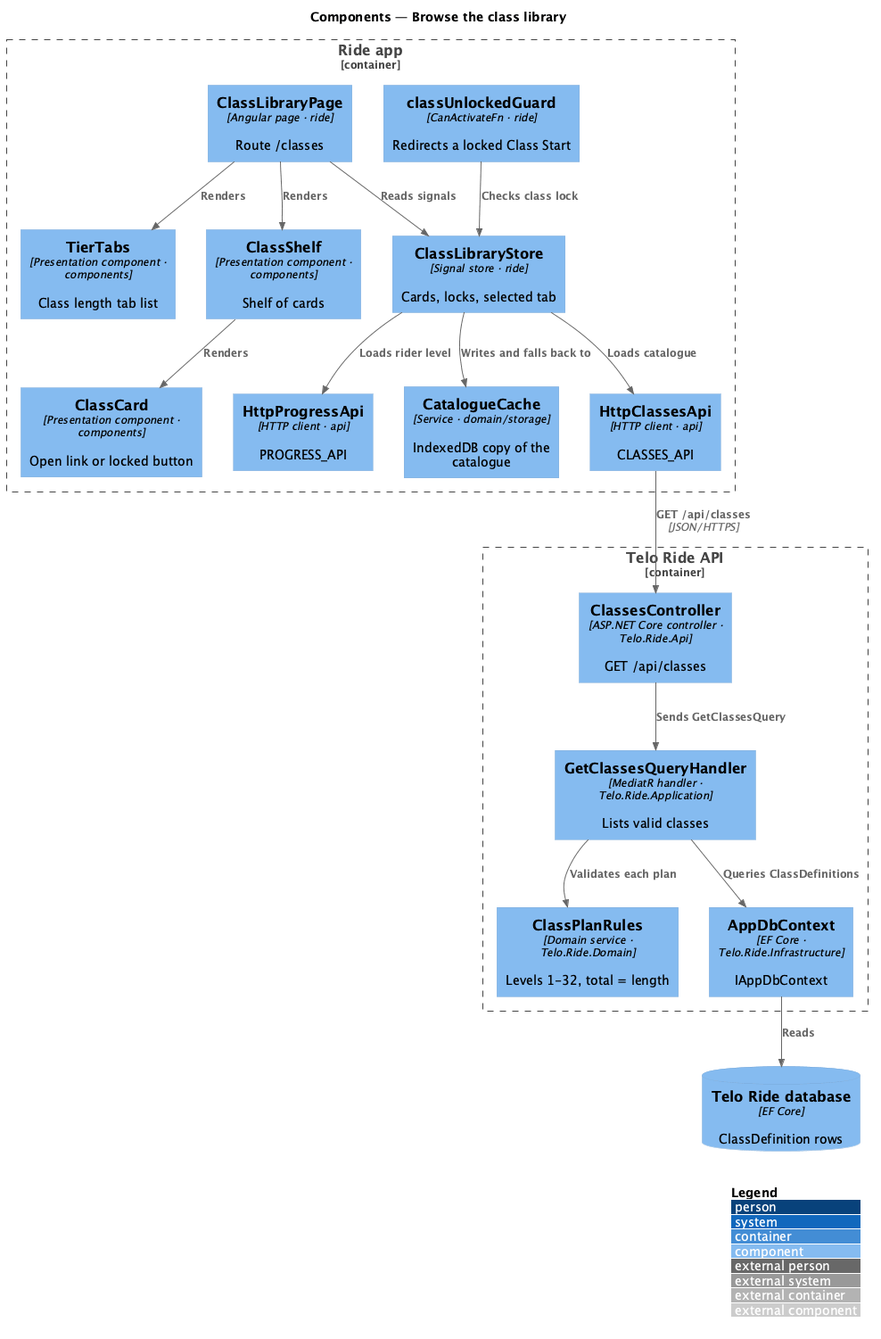
Above: docs/detailed-designs/classes/browse-the-class-library/diagrams/c4-component.png in QuinntyneBrown/ride-one (PlantUML), before the change.
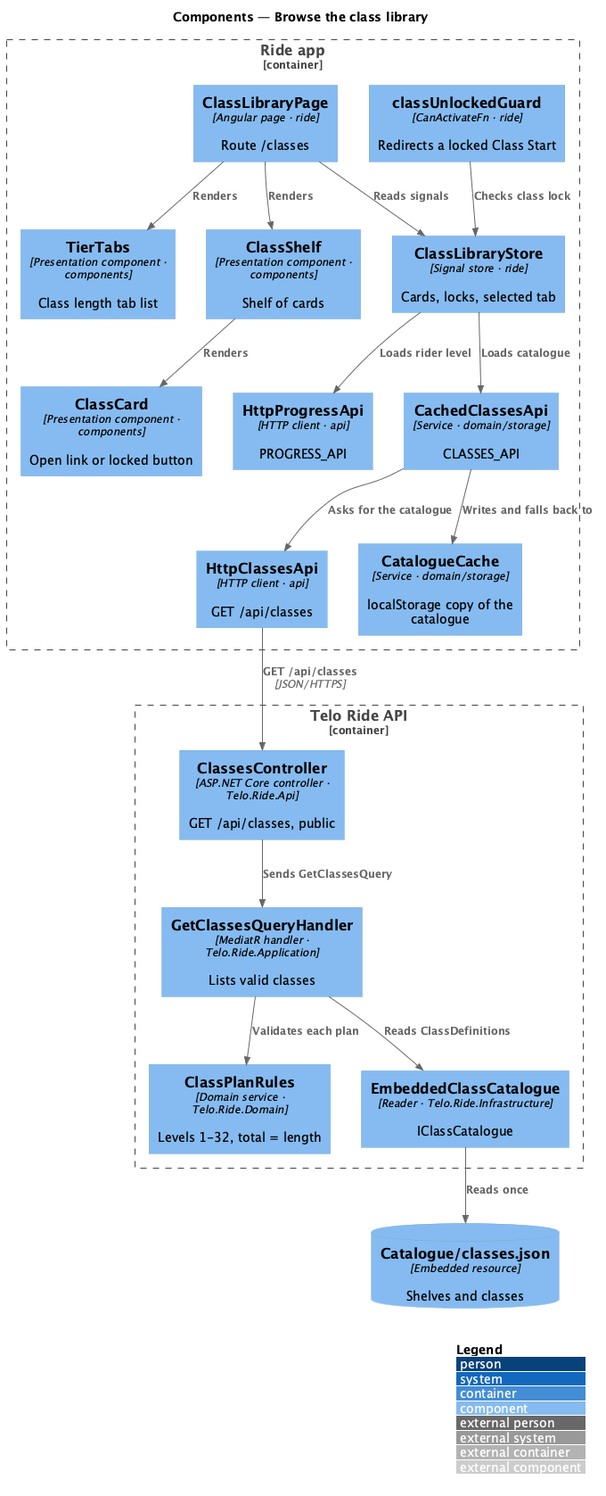
The same diagram one commit later.

Commit message:
Settle the class catalogue for slice 6.1

Diff of the diagram source:
```diff
@@ -10,28 +10,30 @@
   Component(tabs, "TierTabs", "Presentation component · components", "Class length tab list")
   Component(shelf, "ClassShelf", "Presentation component · components", "Shelf of cards")
   Component(card, "ClassCard", "Presentation component · components", "Open link or locked button")
-  Component(classesApi, "HttpClassesApi", "HTTP client · api", "CLASSES_API")
+  Component(cached, "CachedClassesApi", "Service · domain/storage", "CLASSES_API")
+  Component(classesApi, "HttpClassesApi", "HTTP client · api", "GET /api/classes")
   Component(progressApi, "HttpProgressApi", "HTTP client · api", "PROGRESS_API")
-  Component(cache, "CatalogueCache", "Service · domain/storage", "IndexedDB copy of the catalogue")
+  Component(cache, "CatalogueCache", "Service · domain/storage", "localStorage copy of the catalogue")
 }
 Container_Boundary(backend, "Telo Ride API") {
-  Component(ctrl, "ClassesController", "ASP.NET Core controller · Telo.Ride.Api", "GET /api/classes")
+  Component(ctrl, "ClassesController", "ASP.NET Core controller · Telo.Ride.Api", "GET /api/classes, public")
   Component(handler, "GetClassesQueryHandler", "MediatR handler · Telo.Ride.Application", "Lists valid classes")
   Component(rules, "ClassPlanRules", "Domain service · Telo.Ride.Domain", "Levels 1-32, total = length")
-  Component(ctx, "AppDbContext", "EF Core · Telo.Ride.Infrastructure", "IAppDbContext")
+  Component(catalogue, "EmbeddedClassCatalogue", "Reader · Telo.Ride.Infrastructure", "IClassCatalogue")
 }
-ComponentDb(db, "Telo Ride database", "EF Core", "ClassDefinition rows")
+ComponentDb(file, "Catalogue/classes.json", "Embedded resource", "Shelves and classes")
 Rel(page, store, "Reads signals")
 Rel(page, tabs, "Renders")
 Rel(page, shelf, "Renders")
 Rel(shelf, card, "Renders")
-Rel(store, classesApi, "Loads catalogue")
+Rel(store, cached, "Loads catalogue")
+Rel(cached, classesApi, "Asks for the catalogue")
 Rel(store, progressApi, "Loads rider level")
-Rel(store, cache, "Writes and falls back to")
+Rel(cached, cache, "Writes and falls back to")
 Rel(guard, store, "Checks class lock")
 Rel(classesApi, ctrl, "GET /api/classes", "JSON/HTTPS")
 Rel(ctrl, handler, "Sends GetClassesQuery")
 Rel(handler, rules, "Validates each plan")
-Rel(handler, ctx, "Queries ClassDefinitions")
-Rel(ctx, db, "Reads")
+Rel(handler, catalogue, "Reads ClassDefinitions")
+Rel(catalogue, file, "Reads once")
 @enduml
```
